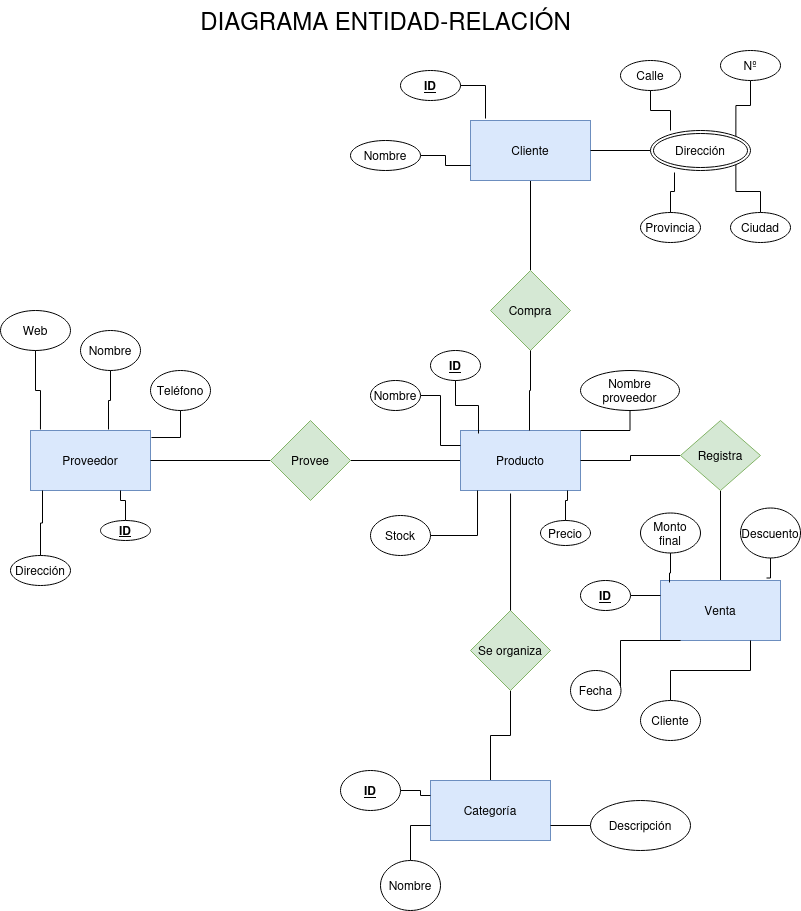
21ricardozamora/Base-Datos keeps this draw.io diagram as unidad1/tareas/tarea1_diagramas.drawio.png. Above is the earlier version. Source tidied: cells renumbered, new cells last; positions are measured from the earlier drawing's top-left corner, leaving out a move shared by most shapes.
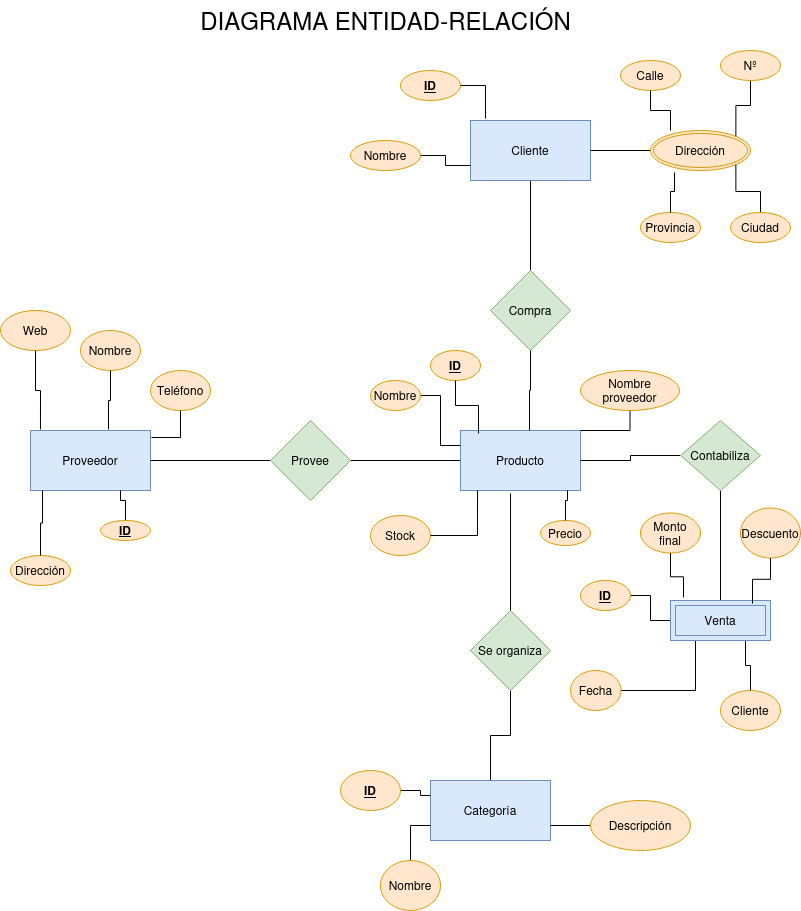
Above is the later version.

Change to the diagram source:
```diff
@@ -38,40 +38,37 @@
     <mxCell id="13" value="Categoría" style="whiteSpace=wrap;html=1;fillColor=#dae8fc;strokeColor=#6c8ebf;" parent="1" vertex="1">
       <mxGeometry x="430" y="780" width="120" height="60" as="geometry" />
     </mxCell>
+    <mxCell id="15" style="edgeStyle=orthogonalEdgeStyle;rounded=0;jettySize=auto;html=1;entryX=1;entryY=0.5;entryDx=0;entryDy=0;endArrow=none;endFill=0;" parent="1" edge="1" source="16" target="7">
+      <mxGeometry relative="1" as="geometry" />
+    </mxCell>
-    <mxCell id="14" style="edgeStyle=orthogonalEdgeStyle;rounded=0;jettySize=auto;html=1;endArrow=none;endFill=0;" parent="1" edge="1" source="16" target="17">
+    <mxCell id="14" style="edgeStyle=orthogonalEdgeStyle;rounded=0;jettySize=auto;html=1;exitX=0.5;exitY=1;exitDx=0;exitDy=0;entryX=0.5;entryY=0;entryDx=0;entryDy=0;endArrow=none;endFill=0;" parent="1" edge="1" source="16" target="17">
       <mxGeometry relative="1" as="geometry" />
     </mxCell>
-    <mxCell id="15" style="edgeStyle=orthogonalEdgeStyle;rounded=0;jettySize=auto;html=1;entryX=1;entryY=0.5;entryDx=0;entryDy=0;endArrow=none;endFill=0;" parent="1" edge="1" source="16" target="7">
-      <mxGeometry relative="1" as="geometry" />
-    </mxCell>
-    <mxCell id="16" value="Registra" style="rhombus;whiteSpace=wrap;html=1;fillColor=#d5e8d4;strokeColor=#82b366;" parent="1" vertex="1">
+    <mxCell id="16" value="Contabiliza" style="rhombus;whiteSpace=wrap;html=1;fillColor=#d5e8d4;strokeColor=#82b366;" parent="1" vertex="1">
       <mxGeometry x="680" y="420" width="80" height="70" as="geometry" />
     </mxCell>
-    <mxCell id="17" value="Venta" style="whiteSpace=wrap;html=1;fillColor=#dae8fc;strokeColor=#6c8ebf;" parent="1" vertex="1">
-      <mxGeometry x="660" y="580" width="120" height="60" as="geometry" />
-    </mxCell>
     <mxCell id="18" style="edgeStyle=orthogonalEdgeStyle;rounded=0;jettySize=auto;html=1;entryX=0.575;entryY=0;entryDx=0;entryDy=0;entryPerimeter=0;endArrow=none;endFill=0;" parent="1" edge="1" source="10" target="7">
       <mxGeometry relative="1" as="geometry" />
     </mxCell>
     <mxCell id="19" style="edgeStyle=orthogonalEdgeStyle;rounded=0;jettySize=auto;html=1;entryX=0.417;entryY=1.05;entryDx=0;entryDy=0;entryPerimeter=0;endArrow=none;endFill=0;" parent="1" edge="1" source="12" target="7">
       <mxGeometry relative="1" as="geometry" />
     </mxCell>
-    <mxCell id="20" value="Web" style="ellipse;whiteSpace=wrap;html=1;" parent="1" vertex="1">
+    <mxCell id="20" value="Web" style="ellipse;whiteSpace=wrap;html=1;fillColor=#ffe6cc;strokeColor=#d79b00;" parent="1" vertex="1">
       <mxGeometry y="310" width="70" height="40" as="geometry" />
     </mxCell>
-    <mxCell id="21" value="Teléfono" style="ellipse;whiteSpace=wrap;html=1;" parent="1" vertex="1">
+    <mxCell id="21" value="Teléfono" style="ellipse;whiteSpace=wrap;html=1;fillColor=#ffe6cc;strokeColor=#d79b00;" parent="1" vertex="1">
       <mxGeometry x="150" y="370" width="60" height="40" as="geometry" />
     </mxCell>
-    <mxCell id="22" value="Dirección" style="ellipse;whiteSpace=wrap;html=1;" parent="1" vertex="1">
+    <mxCell id="22" value="Dirección" style="ellipse;whiteSpace=wrap;html=1;fillColor=#ffe6cc;strokeColor=#d79b00;" parent="1" vertex="1">
       <mxGeometry x="10" y="555" width="60" height="30" as="geometry" />
     </mxCell>
-    <mxCell id="23" value="Nombre" style="ellipse;whiteSpace=wrap;html=1;" parent="1" vertex="1">
+    <mxCell id="23" value="Nombre" style="ellipse;whiteSpace=wrap;html=1;fillColor=#ffe6cc;strokeColor=#d79b00;" parent="1" vertex="1">
       <mxGeometry x="80" y="330" width="60" height="40" as="geometry" />
     </mxCell>
     <mxCell id="24" style="edgeStyle=orthogonalEdgeStyle;rounded=0;jettySize=auto;html=1;entryX=0.75;entryY=1;entryDx=0;entryDy=0;endArrow=none;endFill=0;" parent="1" edge="1" source="25" target="3">
       <mxGeometry relative="1" as="geometry" />
     </mxCell>
-    <mxCell id="25" value="&lt;b&gt;&lt;u&gt;ID&lt;/u&gt;&lt;/b&gt;" style="ellipse;whiteSpace=wrap;html=1;" parent="1" vertex="1">
+    <mxCell id="25" value="&lt;b&gt;&lt;u&gt;ID&lt;/u&gt;&lt;/b&gt;" style="ellipse;whiteSpace=wrap;html=1;fillColor=#ffe6cc;strokeColor=#d79b00;" parent="1" vertex="1">
       <mxGeometry x="100" y="520" width="50" height="20" as="geometry" />
     </mxCell>
     <mxCell id="26" style="edgeStyle=orthogonalEdgeStyle;rounded=0;jettySize=auto;html=1;entryX=1.008;entryY=0.117;entryDx=0;entryDy=0;entryPerimeter=0;endArrow=none;endFill=0;" parent="1" edge="1" source="21" target="3">
@@ -89,10 +86,10 @@
     <mxCell id="30" style="edgeStyle=orthogonalEdgeStyle;rounded=0;jettySize=auto;html=1;entryX=0;entryY=0.75;entryDx=0;entryDy=0;endArrow=none;endFill=0;" parent="1" edge="1" source="31" target="9">
       <mxGeometry relative="1" as="geometry" />
     </mxCell>
-    <mxCell id="31" value="Nombre" style="ellipse;whiteSpace=wrap;html=1;" parent="1" vertex="1">
+    <mxCell id="31" value="Nombre" style="ellipse;whiteSpace=wrap;html=1;fillColor=#ffe6cc;strokeColor=#d79b00;" parent="1" vertex="1">
       <mxGeometry x="350" y="140" width="70" height="30" as="geometry" />
     </mxCell>
-    <mxCell id="32" value="&lt;u&gt;&lt;b&gt;ID&lt;/b&gt;&lt;/u&gt;" style="ellipse;whiteSpace=wrap;html=1;" parent="1" vertex="1">
+    <mxCell id="32" value="&lt;u&gt;&lt;b&gt;ID&lt;/b&gt;&lt;/u&gt;" style="ellipse;whiteSpace=wrap;html=1;fillColor=#ffe6cc;strokeColor=#d79b00;" parent="1" vertex="1">
       <mxGeometry x="400" y="70" width="60" height="30" as="geometry" />
     </mxCell>
     <mxCell id="33" style="edgeStyle=orthogonalEdgeStyle;rounded=0;jettySize=auto;html=1;entryX=0.125;entryY=-0.033;entryDx=0;entryDy=0;entryPerimeter=0;endArrow=none;endFill=0;" parent="1" edge="1" source="32" target="9">
@@ -101,25 +98,25 @@
     <mxCell id="34" style="edgeStyle=orthogonalEdgeStyle;rounded=0;jettySize=auto;html=1;entryX=1;entryY=0.5;entryDx=0;entryDy=0;endArrow=none;endFill=0;" parent="1" edge="1" source="35" target="9">
       <mxGeometry relative="1" as="geometry" />
     </mxCell>
-    <mxCell id="35" value="Dirección" style="ellipse;shape=doubleEllipse;margin=3;whiteSpace=wrap;html=1;align=center;" parent="1" vertex="1">
+    <mxCell id="35" value="Dirección" style="ellipse;shape=doubleEllipse;margin=3;whiteSpace=wrap;html=1;align=center;fillColor=#ffe6cc;strokeColor=#d79b00;" parent="1" vertex="1">
       <mxGeometry x="650" y="130" width="100" height="40" as="geometry" />
     </mxCell>
-    <mxCell id="36" value="Calle" style="ellipse;whiteSpace=wrap;html=1;" parent="1" vertex="1">
+    <mxCell id="36" value="Calle" style="ellipse;whiteSpace=wrap;html=1;fillColor=#ffe6cc;strokeColor=#d79b00;" parent="1" vertex="1">
       <mxGeometry x="620" y="60" width="60" height="30" as="geometry" />
     </mxCell>
-    <mxCell id="37" value="Provincia" style="ellipse;whiteSpace=wrap;html=1;" parent="1" vertex="1">
+    <mxCell id="37" value="Provincia" style="ellipse;whiteSpace=wrap;html=1;fillColor=#ffe6cc;strokeColor=#d79b00;" parent="1" vertex="1">
       <mxGeometry x="640" y="212" width="60" height="30" as="geometry" />
     </mxCell>
     <mxCell id="38" style="edgeStyle=orthogonalEdgeStyle;rounded=0;jettySize=auto;html=1;entryX=1;entryY=0;entryDx=0;entryDy=0;endArrow=none;endFill=0;" parent="1" edge="1" source="39" target="35">
       <mxGeometry relative="1" as="geometry" />
     </mxCell>
-    <mxCell id="39" value="Nº" style="ellipse;whiteSpace=wrap;html=1;" parent="1" vertex="1">
+    <mxCell id="39" value="Nº" style="ellipse;whiteSpace=wrap;html=1;fillColor=#ffe6cc;strokeColor=#d79b00;" parent="1" vertex="1">
       <mxGeometry x="720" y="50" width="60" height="30" as="geometry" />
     </mxCell>
     <mxCell id="40" style="edgeStyle=orthogonalEdgeStyle;rounded=0;jettySize=auto;html=1;entryX=1;entryY=1;entryDx=0;entryDy=0;endArrow=none;endFill=0;" parent="1" edge="1" source="41" target="35">
       <mxGeometry relative="1" as="geometry" />
     </mxCell>
-    <mxCell id="41" value="Ciudad" style="ellipse;whiteSpace=wrap;html=1;" parent="1" vertex="1">
+    <mxCell id="41" value="Ciudad" style="ellipse;whiteSpace=wrap;html=1;fillColor=#ffe6cc;strokeColor=#d79b00;" parent="1" vertex="1">
       <mxGeometry x="730" y="212" width="60" height="30" as="geometry" />
     </mxCell>
     <mxCell id="42" style="edgeStyle=orthogonalEdgeStyle;rounded=0;jettySize=auto;html=1;entryX=0.24;entryY=1.05;entryDx=0;entryDy=0;entryPerimeter=0;endArrow=none;endFill=0;" parent="1" edge="1" source="37" target="35">
@@ -128,25 +125,25 @@
     <mxCell id="43" style="edgeStyle=orthogonalEdgeStyle;rounded=0;jettySize=auto;html=1;entryX=0.2;entryY=0;entryDx=0;entryDy=0;entryPerimeter=0;endArrow=none;endFill=0;" parent="1" edge="1" source="36" target="35">
       <mxGeometry relative="1" as="geometry" />
     </mxCell>
-    <mxCell id="44" value="&lt;u&gt;&lt;b&gt;ID&lt;/b&gt;&lt;/u&gt;" style="ellipse;whiteSpace=wrap;html=1;" parent="1" vertex="1">
+    <mxCell id="44" value="&lt;u&gt;&lt;b&gt;ID&lt;/b&gt;&lt;/u&gt;" style="ellipse;whiteSpace=wrap;html=1;fillColor=#ffe6cc;strokeColor=#d79b00;" parent="1" vertex="1">
       <mxGeometry x="430" y="350" width="50" height="30" as="geometry" />
     </mxCell>
     <mxCell id="45" style="edgeStyle=orthogonalEdgeStyle;rounded=0;jettySize=auto;html=1;exitX=0.5;exitY=1;exitDx=0;exitDy=0;entryX=1;entryY=0;entryDx=0;entryDy=0;endArrow=none;endFill=0;" parent="1" edge="1" source="46" target="7">
       <mxGeometry relative="1" as="geometry" />
     </mxCell>
-    <mxCell id="46" value="&lt;div&gt;Nombre&lt;/div&gt;&lt;div&gt;proveedor&lt;br&gt;&lt;/div&gt;" style="ellipse;whiteSpace=wrap;html=1;" parent="1" vertex="1">
+    <mxCell id="46" value="&lt;div&gt;Nombre&lt;/div&gt;&lt;div&gt;proveedor&lt;br&gt;&lt;/div&gt;" style="ellipse;whiteSpace=wrap;html=1;fillColor=#ffe6cc;strokeColor=#d79b00;" parent="1" vertex="1">
       <mxGeometry x="580" y="370" width="99" height="40" as="geometry" />
     </mxCell>
     <mxCell id="47" style="edgeStyle=orthogonalEdgeStyle;rounded=0;jettySize=auto;html=1;entryX=0;entryY=0.25;entryDx=0;entryDy=0;endArrow=none;endFill=0;" parent="1" edge="1" source="48" target="7">
       <mxGeometry relative="1" as="geometry" />
     </mxCell>
-    <mxCell id="48" value="Nombre" style="ellipse;whiteSpace=wrap;html=1;" parent="1" vertex="1">
+    <mxCell id="48" value="Nombre" style="ellipse;whiteSpace=wrap;html=1;fillColor=#ffe6cc;strokeColor=#d79b00;" parent="1" vertex="1">
       <mxGeometry x="370" y="380" width="50" height="30" as="geometry" />
     </mxCell>
-    <mxCell id="49" value="Stock" style="ellipse;whiteSpace=wrap;html=1;" parent="1" vertex="1">
+    <mxCell id="49" value="Stock" style="ellipse;whiteSpace=wrap;html=1;fillColor=#ffe6cc;strokeColor=#d79b00;" parent="1" vertex="1">
       <mxGeometry x="370" y="515" width="60" height="40" as="geometry" />
     </mxCell>
-    <mxCell id="50" value="Precio" style="ellipse;whiteSpace=wrap;html=1;" parent="1" vertex="1">
+    <mxCell id="50" value="Precio" style="ellipse;whiteSpace=wrap;html=1;fillColor=#ffe6cc;strokeColor=#d79b00;" parent="1" vertex="1">
       <mxGeometry x="540" y="520" width="50" height="25" as="geometry" />
     </mxCell>
     <mxCell id="51" style="edgeStyle=orthogonalEdgeStyle;rounded=0;jettySize=auto;html=1;entryX=0.15;entryY=0.05;entryDx=0;entryDy=0;entryPerimeter=0;endArrow=none;endFill=0;" parent="1" edge="1" source="44" target="7">
@@ -158,57 +155,56 @@
     <mxCell id="53" style="edgeStyle=orthogonalEdgeStyle;rounded=0;jettySize=auto;html=1;entryX=0.892;entryY=1;entryDx=0;entryDy=0;entryPerimeter=0;endArrow=none;endFill=0;" parent="1" edge="1" source="50" target="7">
       <mxGeometry relative="1" as="geometry" />
     </mxCell>
-    <mxCell id="54" value="Monto final" style="ellipse;whiteSpace=wrap;html=1;" parent="1" vertex="1">
+    <mxCell id="54" value="Monto final" style="ellipse;whiteSpace=wrap;html=1;fillColor=#ffe6cc;strokeColor=#d79b00;" parent="1" vertex="1">
       <mxGeometry x="640" y="512.5" width="60" height="40" as="geometry" />
     </mxCell>
-    <mxCell id="55" value="Descuento" style="ellipse;whiteSpace=wrap;html=1;" parent="1" vertex="1">
+    <mxCell id="55" value="Descuento" style="ellipse;whiteSpace=wrap;html=1;fillColor=#ffe6cc;strokeColor=#d79b00;" parent="1" vertex="1">
       <mxGeometry x="740" y="507.5" width="60" height="50" as="geometry" />
     </mxCell>
     <mxCell id="56" style="edgeStyle=orthogonalEdgeStyle;rounded=0;jettySize=auto;html=1;entryX=0.75;entryY=1;entryDx=0;entryDy=0;endArrow=none;endFill=0;" parent="1" edge="1" source="57" target="17">
       <mxGeometry relative="1" as="geometry" />
     </mxCell>
-    <mxCell id="57" value="Cliente" style="ellipse;whiteSpace=wrap;html=1;" parent="1" vertex="1">
-      <mxGeometry x="640" y="700" width="60" height="40" as="geometry" />
+    <mxCell id="57" value="Cliente" style="ellipse;whiteSpace=wrap;html=1;fillColor=#ffe6cc;strokeColor=#d79b00;" parent="1" vertex="1">
+      <mxGeometry x="720" y="690" width="60" height="40" as="geometry" />
     </mxCell>
+    <mxCell id="61" style="edgeStyle=orthogonalEdgeStyle;rounded=0;jettySize=auto;html=1;entryX=0.25;entryY=1;entryDx=0;entryDy=0;endArrow=none;endFill=0;" parent="1" edge="1" source="58" target="17">
+      <mxGeometry relative="1" as="geometry" />
+    </mxCell>
-    <mxCell id="58" value="Fecha" style="ellipse;whiteSpace=wrap;html=1;" parent="1" vertex="1">
+    <mxCell id="58" value="Fecha" style="ellipse;whiteSpace=wrap;html=1;fillColor=#ffe6cc;strokeColor=#d79b00;" parent="1" vertex="1">
       <mxGeometry x="570" y="670" width="50.5" height="40" as="geometry" />
     </mxCell>
-    <mxCell id="59" style="edgeStyle=orthogonalEdgeStyle;rounded=0;jettySize=auto;html=1;entryX=0;entryY=0.25;entryDx=0;entryDy=0;endArrow=none;endFill=0;" parent="1" edge="1" source="60" target="17">
+    <mxCell id="59" style="edgeStyle=orthogonalEdgeStyle;rounded=0;jettySize=auto;html=1;exitX=1;exitY=0.5;exitDx=0;exitDy=0;entryX=0;entryY=0.5;entryDx=0;entryDy=0;endArrow=none;endFill=0;" parent="1" edge="1" source="60" target="17">
       <mxGeometry relative="1" as="geometry" />
     </mxCell>
-    <mxCell id="60" value="&lt;u&gt;&lt;b&gt;ID&lt;/b&gt;&lt;/u&gt;" style="ellipse;whiteSpace=wrap;html=1;" parent="1" vertex="1">
+    <mxCell id="60" value="&lt;u&gt;&lt;b&gt;ID&lt;/b&gt;&lt;/u&gt;" style="ellipse;whiteSpace=wrap;html=1;fillColor=#ffe6cc;strokeColor=#d79b00;" parent="1" vertex="1">
       <mxGeometry x="580" y="580" width="50" height="30" as="geometry" />
     </mxCell>
-    <mxCell id="61" style="edgeStyle=orthogonalEdgeStyle;rounded=0;jettySize=auto;html=1;entryX=0.167;entryY=1;entryDx=0;entryDy=0;entryPerimeter=0;endArrow=none;endFill=0;" parent="1" edge="1" source="58" target="17">
-      <mxGeometry relative="1" as="geometry">
-        <Array as="points">
-          <mxPoint x="620" y="640" />
-        </Array>
-      </mxGeometry>
-    </mxCell>
-    <mxCell id="62" style="edgeStyle=orthogonalEdgeStyle;rounded=0;jettySize=auto;html=1;entryX=0.883;entryY=-0.033;entryDx=0;entryDy=0;entryPerimeter=0;endArrow=none;endFill=0;" parent="1" edge="1" source="55" target="17">
-      <mxGeometry relative="1" as="geometry" />
-    </mxCell>
-    <mxCell id="63" style="edgeStyle=orthogonalEdgeStyle;rounded=0;jettySize=auto;html=1;entryX=0.075;entryY=0.033;entryDx=0;entryDy=0;entryPerimeter=0;endArrow=none;endFill=0;" parent="1" edge="1" source="54" target="17">
-      <mxGeometry relative="1" as="geometry" />
-    </mxCell>
     <mxCell id="64" style="edgeStyle=orthogonalEdgeStyle;rounded=0;jettySize=auto;html=1;entryX=1;entryY=0.75;entryDx=0;entryDy=0;endArrow=none;endFill=0;" parent="1" edge="1" source="65" target="13">
       <mxGeometry relative="1" as="geometry" />
     </mxCell>
-    <mxCell id="65" value="Descripción" style="ellipse;whiteSpace=wrap;html=1;" parent="1" vertex="1">
+    <mxCell id="65" value="Descripción" style="ellipse;whiteSpace=wrap;html=1;fillColor=#ffe6cc;strokeColor=#d79b00;" parent="1" vertex="1">
       <mxGeometry x="590" y="800" width="100" height="50" as="geometry" />
     </mxCell>
     <mxCell id="66" style="edgeStyle=orthogonalEdgeStyle;rounded=0;jettySize=auto;html=1;entryX=0;entryY=0.75;entryDx=0;entryDy=0;endArrow=none;endFill=0;" parent="1" edge="1" source="67" target="13">
       <mxGeometry relative="1" as="geometry" />
     </mxCell>
-    <mxCell id="67" value="Nombre" style="ellipse;whiteSpace=wrap;html=1;" parent="1" vertex="1">
+    <mxCell id="67" value="Nombre" style="ellipse;whiteSpace=wrap;html=1;fillColor=#ffe6cc;strokeColor=#d79b00;" parent="1" vertex="1">
       <mxGeometry x="380" y="860" width="60" height="50" as="geometry" />
     </mxCell>
     <mxCell id="68" style="edgeStyle=orthogonalEdgeStyle;rounded=0;jettySize=auto;html=1;entryX=0;entryY=0.25;entryDx=0;entryDy=0;endArrow=none;endFill=0;" parent="1" edge="1" source="69" target="13">
       <mxGeometry relative="1" as="geometry" />
     </mxCell>
-    <mxCell id="69" value="&lt;u&gt;&lt;b&gt;ID&lt;/b&gt;&lt;/u&gt;" style="ellipse;whiteSpace=wrap;html=1;" parent="1" vertex="1">
+    <mxCell id="69" value="&lt;u&gt;&lt;b&gt;ID&lt;/b&gt;&lt;/u&gt;" style="ellipse;whiteSpace=wrap;html=1;fillColor=#ffe6cc;strokeColor=#d79b00;" parent="1" vertex="1">
       <mxGeometry x="340" y="770" width="60" height="40" as="geometry" />
     </mxCell>
+    <mxCell id="17" value="Venta" style="shape=ext;margin=3;double=1;whiteSpace=wrap;html=1;align=center;fillColor=#dae8fc;strokeColor=#6c8ebf;" parent="1" vertex="1">
+      <mxGeometry x="670" y="600" width="100" height="40" as="geometry" />
+    </mxCell>
+    <mxCell id="63" style="edgeStyle=orthogonalEdgeStyle;rounded=0;jettySize=auto;html=1;entryX=0.13;entryY=-0.075;entryDx=0;entryDy=0;entryPerimeter=0;endArrow=none;endFill=0;" parent="1" edge="1" source="54" target="17">
+      <mxGeometry relative="1" as="geometry" />
+    </mxCell>
+    <mxCell id="62" style="edgeStyle=orthogonalEdgeStyle;rounded=0;jettySize=auto;html=1;exitX=0.5;exitY=1;exitDx=0;exitDy=0;entryX=0.82;entryY=0.075;entryDx=0;entryDy=0;entryPerimeter=0;endArrow=none;endFill=0;" parent="1" edge="1" source="55" target="17">
+      <mxGeometry relative="1" as="geometry" />
+    </mxCell>
   </root>
 </mxGraphModel>
```
